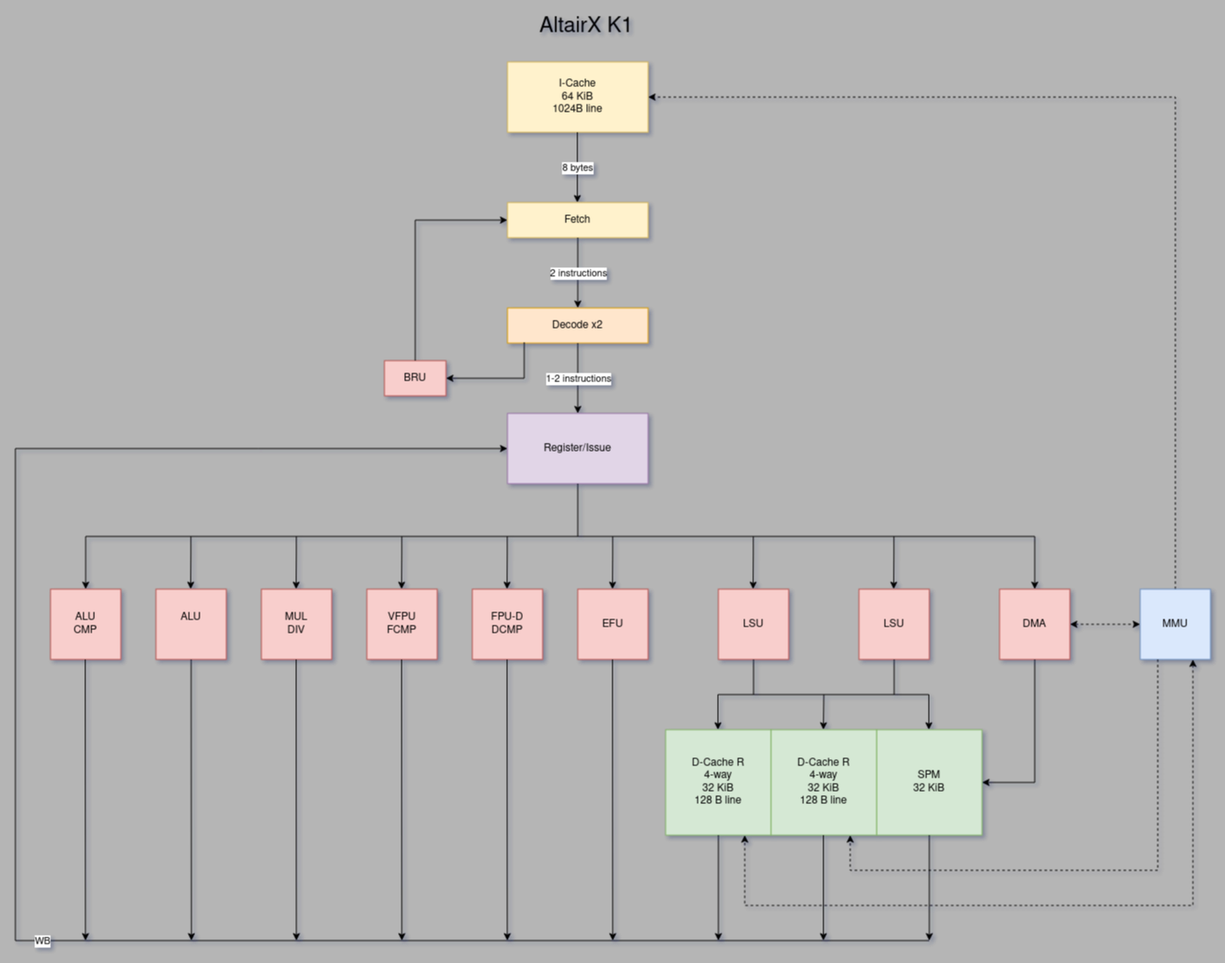
Above: graph/Pipeline_AX.png in Kannagi/AltairX (draw.io), before the change. Source tidied: cells renumbered, new cells last; positions are measured from the earlier drawing's top-left corner, leaving out a move shared by most shapes.
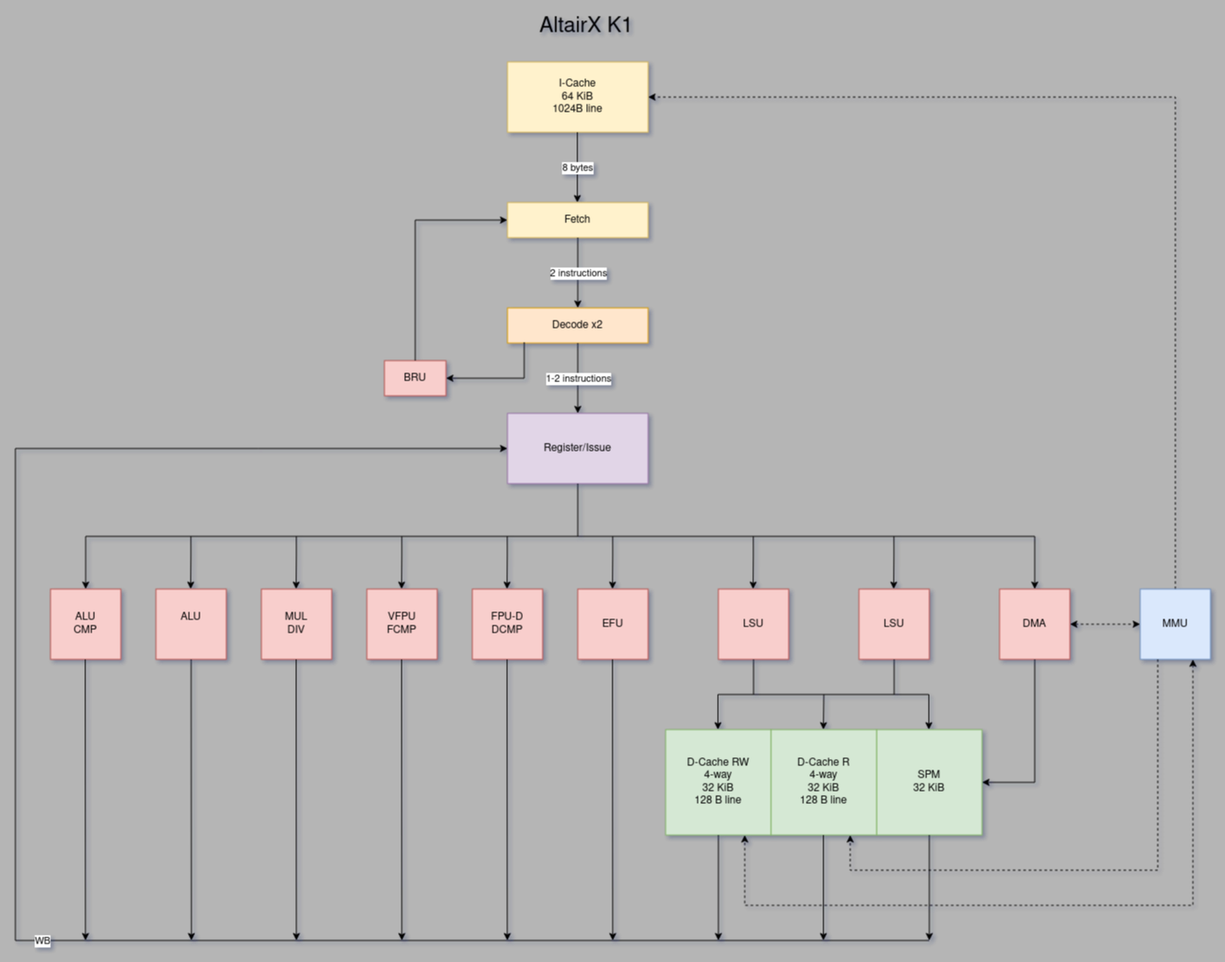
Above is the later version.

Diff of the diagram source:
```diff
@@ -104,7 +104,7 @@
         </Array>
       </mxGeometry>
     </mxCell>
-    <mxCell id="27" value="&lt;div&gt;D-Cache R&lt;/div&gt;&lt;div&gt;4-way&lt;/div&gt;32 KiB&lt;br&gt;128 B line&lt;br&gt;" style="rounded=0;whiteSpace=wrap;html=1;fillColor=#d5e8d4;strokeColor=#82b366;" parent="1" vertex="1">
+    <mxCell id="27" value="&lt;div&gt;D-Cache RW&lt;/div&gt;&lt;div&gt;4-way&lt;/div&gt;32 KiB&lt;br&gt;128 B line" style="rounded=0;whiteSpace=wrap;html=1;fillColor=#d5e8d4;strokeColor=#82b366;" parent="1" vertex="1">
       <mxGeometry x="740" y="820" width="120" height="120" as="geometry" />
     </mxCell>
     <mxCell id="28" style="endArrow=classic;html=1;rounded=0;edgeStyle=orthogonalEdgeStyle;exitX=0.5;exitY=1;exitDx=0;exitDy=0;" parent="1" edge="1">
```
